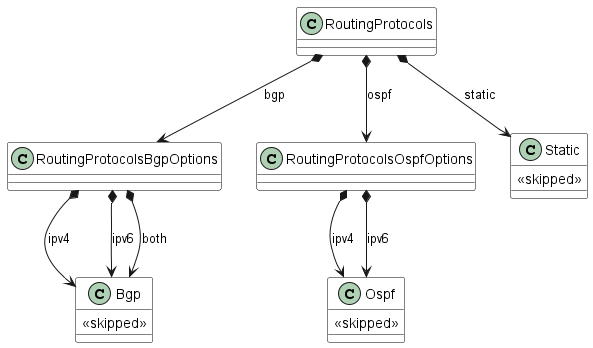
Earlier version of the PlantUML export documentation/productSchema/ip/internetAccess/MEF 139 resources/media/RoutingProtocols.png (MEF-GIT/MEF-LSO-Sonata-SDK).
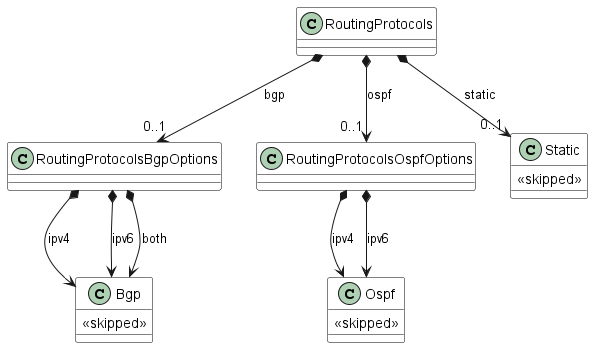
Later version of the same file.

Diff of the diagram source:
```diff
@@ -8,10 +8,9 @@
 class RoutingProtocols {
 
 }
-
-RoutingProtocols *--> RoutingProtocolsBgpOptions : bgp
-RoutingProtocols *--> RoutingProtocolsOspfOptions : ospf
-RoutingProtocols *--> Static : static
+RoutingProtocols *-->"0..1" RoutingProtocolsBgpOptions : bgp
+RoutingProtocols *-->"0..1" RoutingProtocolsOspfOptions : ospf
+RoutingProtocols *-->"0..1" Static : static
 
 
 class RoutingProtocolsBgpOptions {
```
